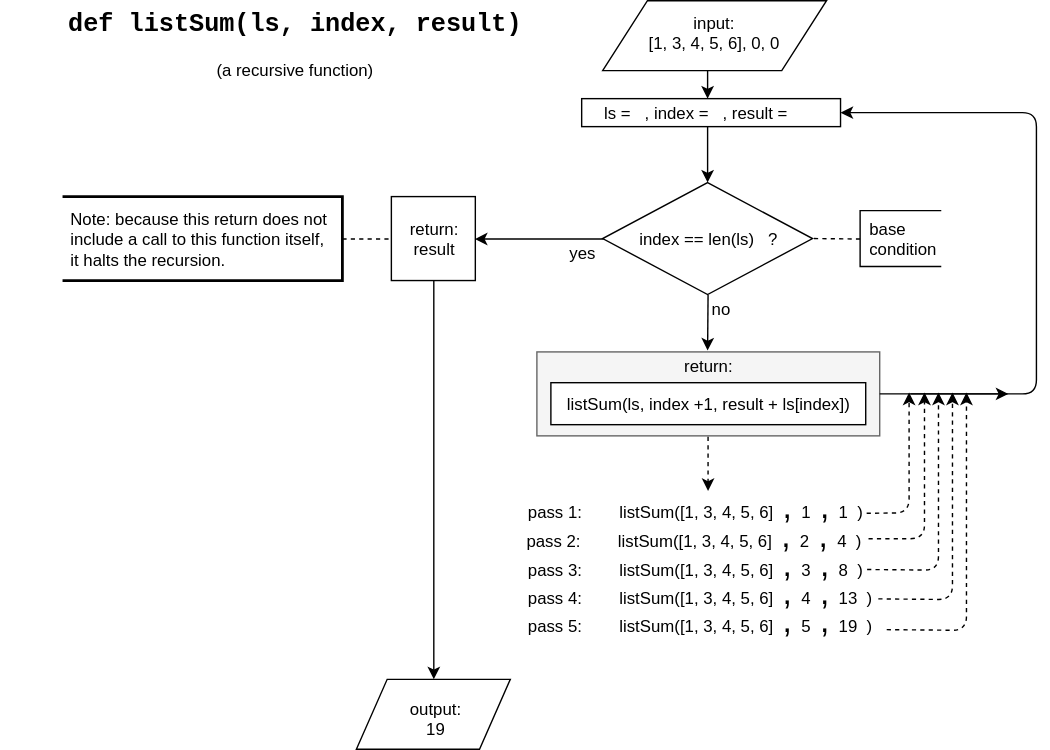
jinjagit/JupyterNotebooks keeps this draw.io diagram as diagrams/recursion3.svg. Above is the earlier version. Source tidied: cells renumbered, new cells last; positions are measured from the earlier drawing's top-left corner, leaving out a move shared by most shapes.
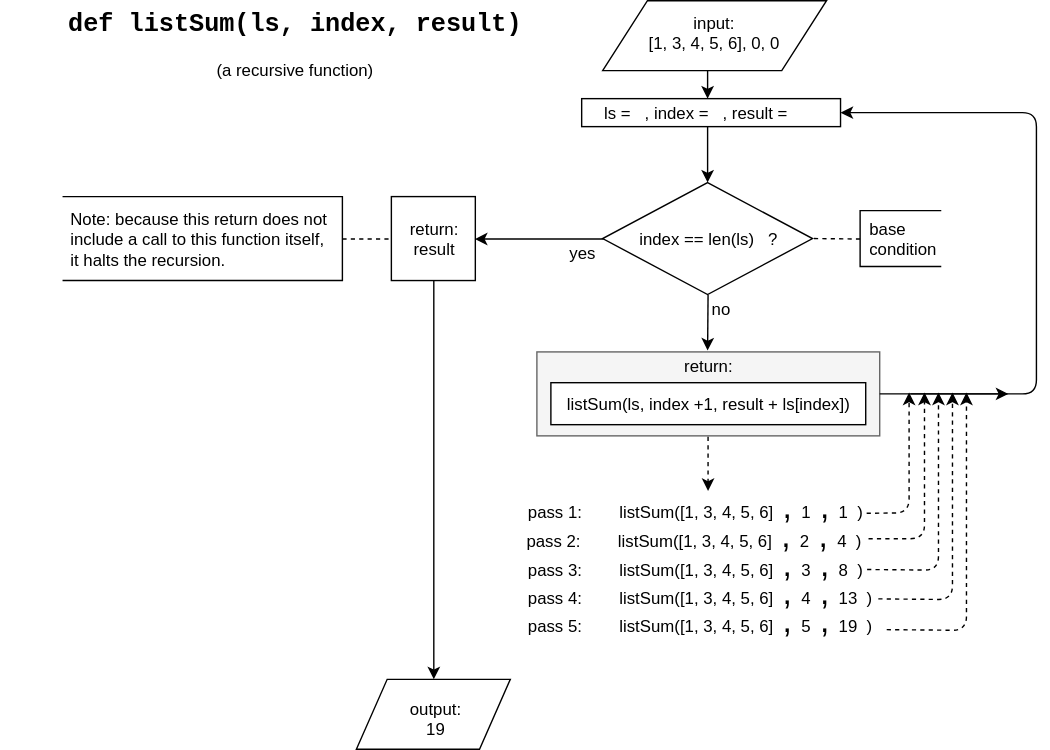
Later version of the same file.

The edit, as a diff of the source:
```diff
@@ -99,7 +99,7 @@
         <mxPoint x="581" y="170" as="sourcePoint" />
       </mxGeometry>
     </mxCell>
-    <mxCell id="29" style="strokeWidth=2;html=1;shape=mxgraph.flowchart.annotation_1;align=left;flipH=1;" parent="1" vertex="1">
+    <mxCell id="29" style="strokeWidth=1;html=1;shape=mxgraph.flowchart.annotation_1;align=left;flipH=1;" parent="1" vertex="1">
       <mxGeometry x="44" y="140" width="200" height="60" as="geometry" />
     </mxCell>
     <mxCell id="30" style="endArrow=none;dashed=1;html=1;entryX=0;entryY=0.5;exitX=0;exitY=0.5;exitPerimeter=0;" parent="1" edge="1" source="29" target="19">
```
